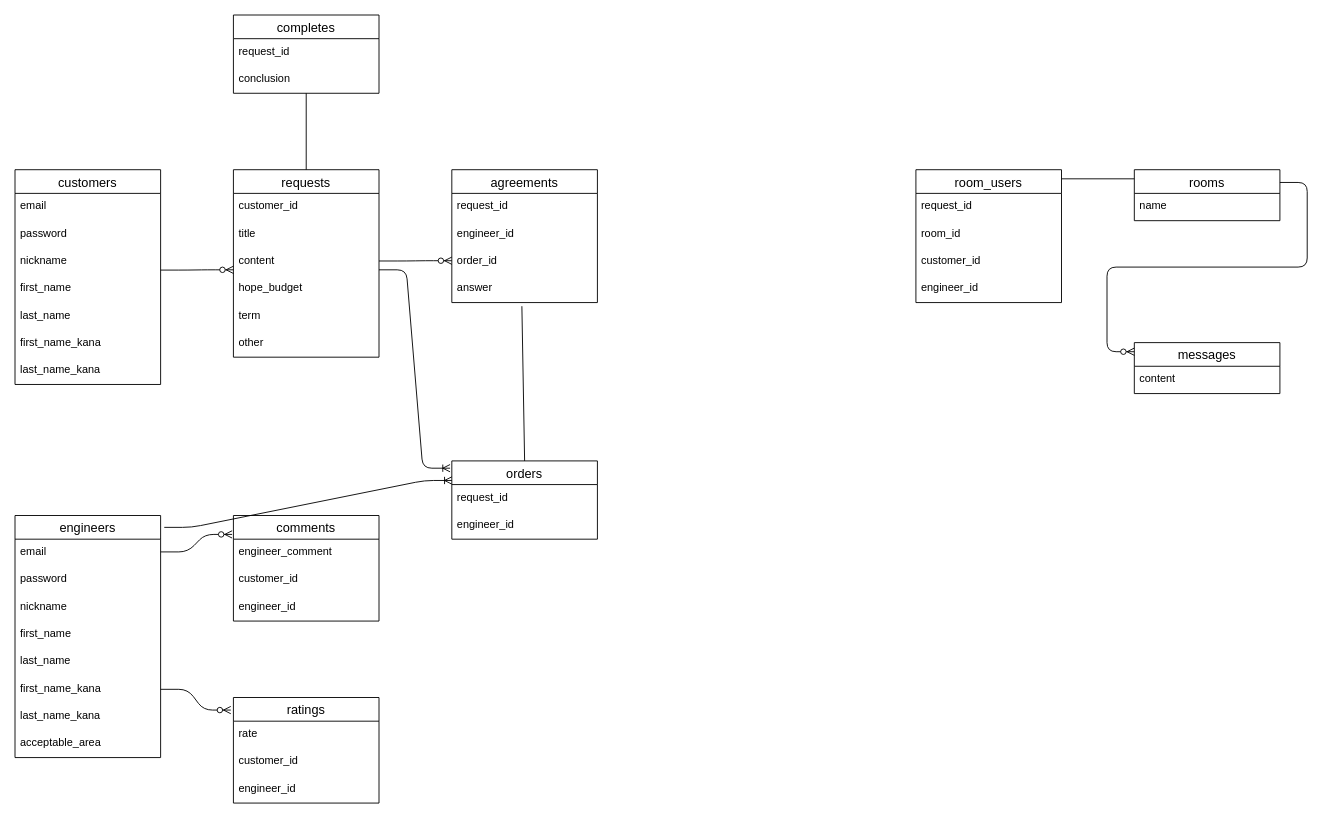
Earlier version of the draw.io diagram er.dio (ikun2019/exece_bridge). Source tidied: cells renumbered, new cells numbered last; positions are measured from the earlier drawing's top-left corner, leaving out a move shared by most shapes. Both pictures are drawn from the tidied source at 91%, with x=0, y=0 at pixel (15, 15).
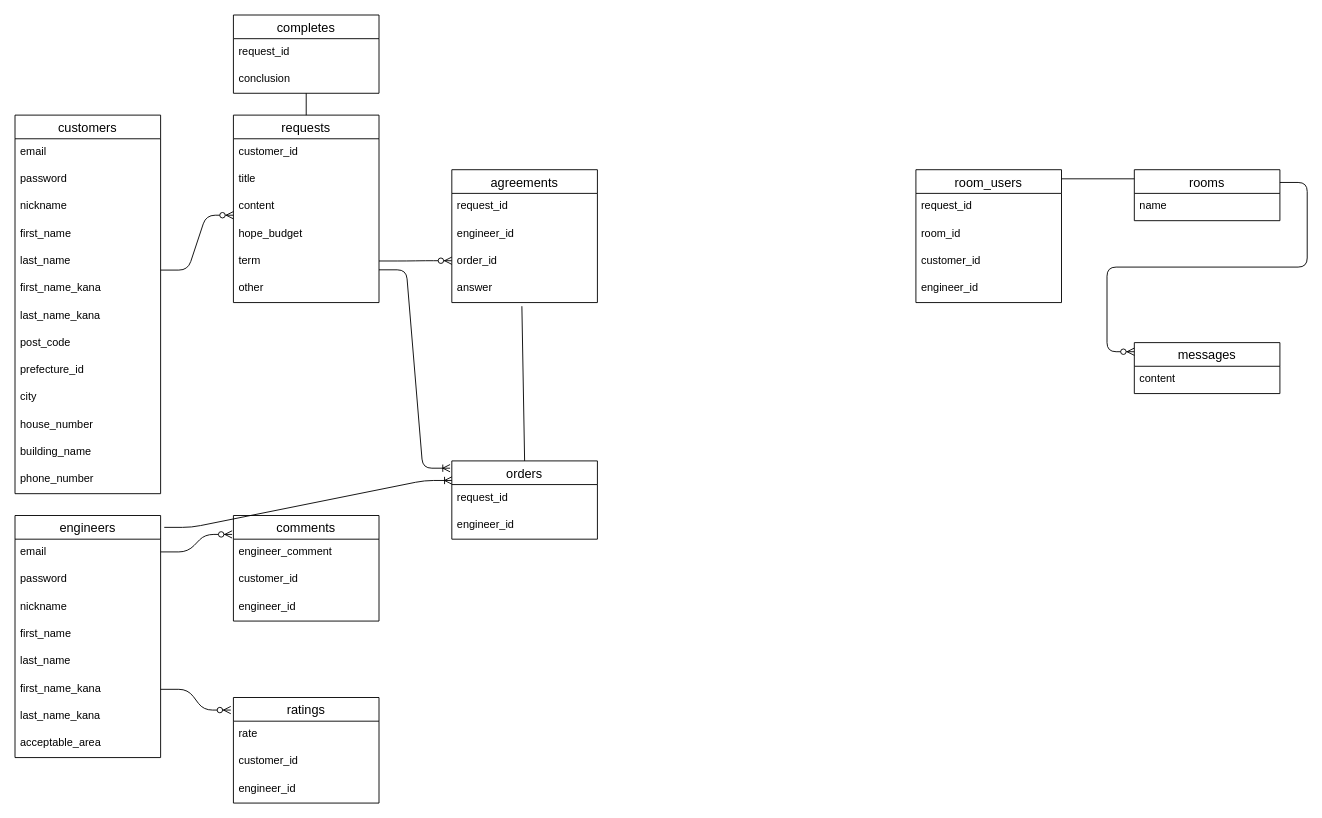
The same page after the edit.

The edit, as a diff of the source:
```diff
@@
     <mxCell id="2" value="customers" style="swimlane;fontStyle=0;horizontal=1;startSize=26;align=center;fontSize=14;" parent="1" vertex="1">
-      <mxGeometry y="170" width="160" height="236" as="geometry" />
+      <mxGeometry y="110" width="160" height="416" as="geometry" />
     </mxCell>
@@
+    <mxCell id="64" value="post_code" style="text;strokeColor=none;fillColor=none;spacingLeft=4;spacingRight=4;overflow=hidden;fontSize=12;" parent="2" vertex="1">
+      <mxGeometry y="236" width="160" height="30" as="geometry" />
+    </mxCell>
+    <mxCell id="65" value="prefecture_id" style="text;strokeColor=none;fillColor=none;spacingLeft=4;spacingRight=4;overflow=hidden;fontSize=12;" parent="2" vertex="1">
+      <mxGeometry y="266" width="160" height="30" as="geometry" />
+    </mxCell>
+    <mxCell id="66" value="city" style="text;strokeColor=none;fillColor=none;spacingLeft=4;spacingRight=4;overflow=hidden;fontSize=12;" parent="2" vertex="1">
+      <mxGeometry y="296" width="160" height="30" as="geometry" />
+    </mxCell>
+    <mxCell id="67" value="house_number" style="text;strokeColor=none;fillColor=none;spacingLeft=4;spacingRight=4;overflow=hidden;fontSize=12;" parent="2" vertex="1">
+      <mxGeometry y="326" width="160" height="30" as="geometry" />
+    </mxCell>
+    <mxCell id="68" value="building_name" style="text;strokeColor=none;fillColor=none;spacingLeft=4;spacingRight=4;overflow=hidden;fontSize=12;" parent="2" vertex="1">
+      <mxGeometry y="356" width="160" height="30" as="geometry" />
+    </mxCell>
+    <mxCell id="69" value="phone_number" style="text;strokeColor=none;fillColor=none;spacingLeft=4;spacingRight=4;overflow=hidden;fontSize=12;" parent="2" vertex="1">
+      <mxGeometry y="386" width="160" height="30" as="geometry" />
+    </mxCell>
@@
     <mxCell id="29" value="requests" style="swimlane;fontStyle=0;horizontal=1;startSize=26;align=center;fontSize=14;" parent="1" vertex="1">
-      <mxGeometry x="240" y="170" width="160" height="206" as="geometry" />
+      <mxGeometry x="240" y="110" width="160" height="206" as="geometry" />
     </mxCell>
```
